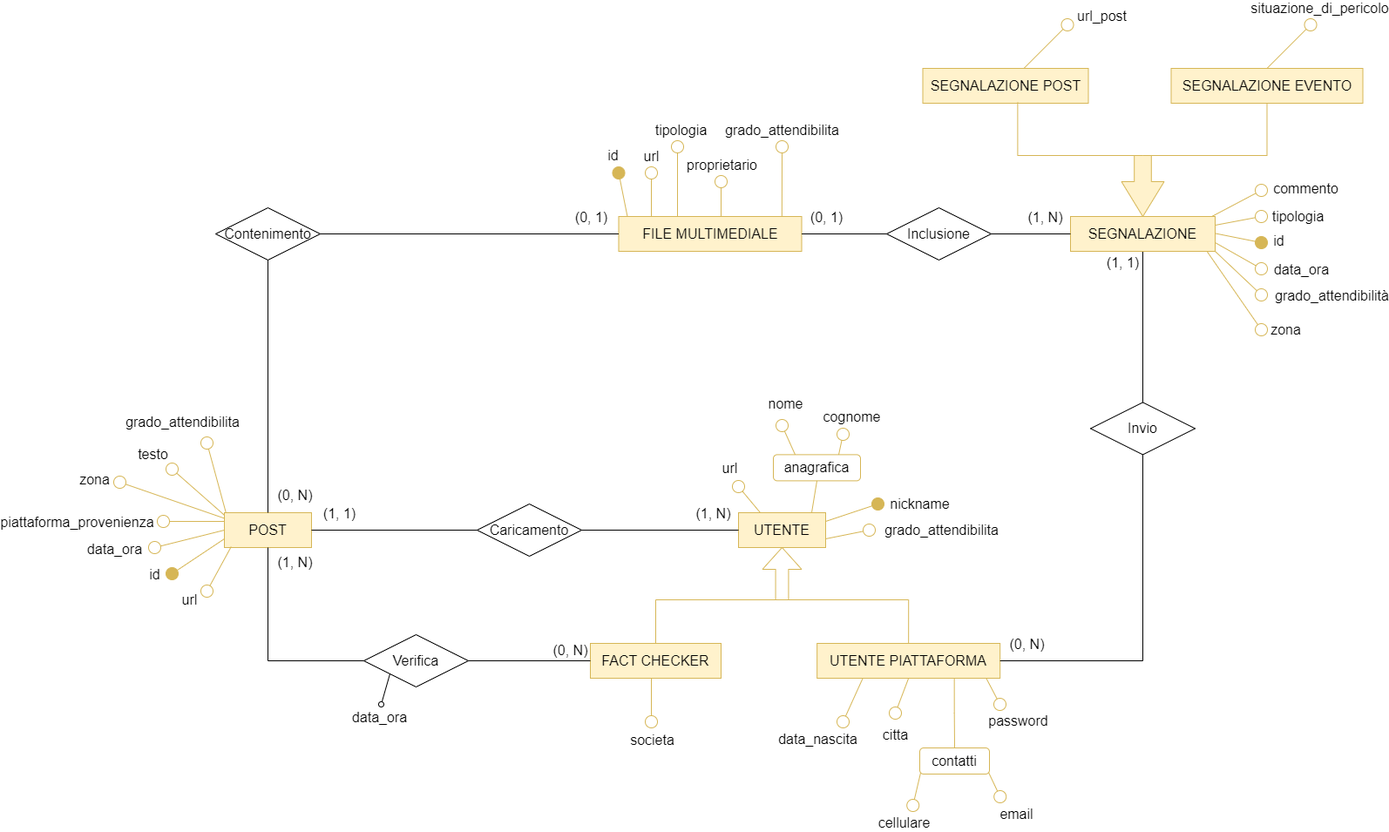
This is diagrammi e-r/Diag. Social network.png from faffolao/ProgettoBD2022, a draw.io export, as it was before one commit. Source tidied: cells renumbered, new cells last; positions are measured from the earlier drawing's top-left corner, leaving out a move shared by most shapes.
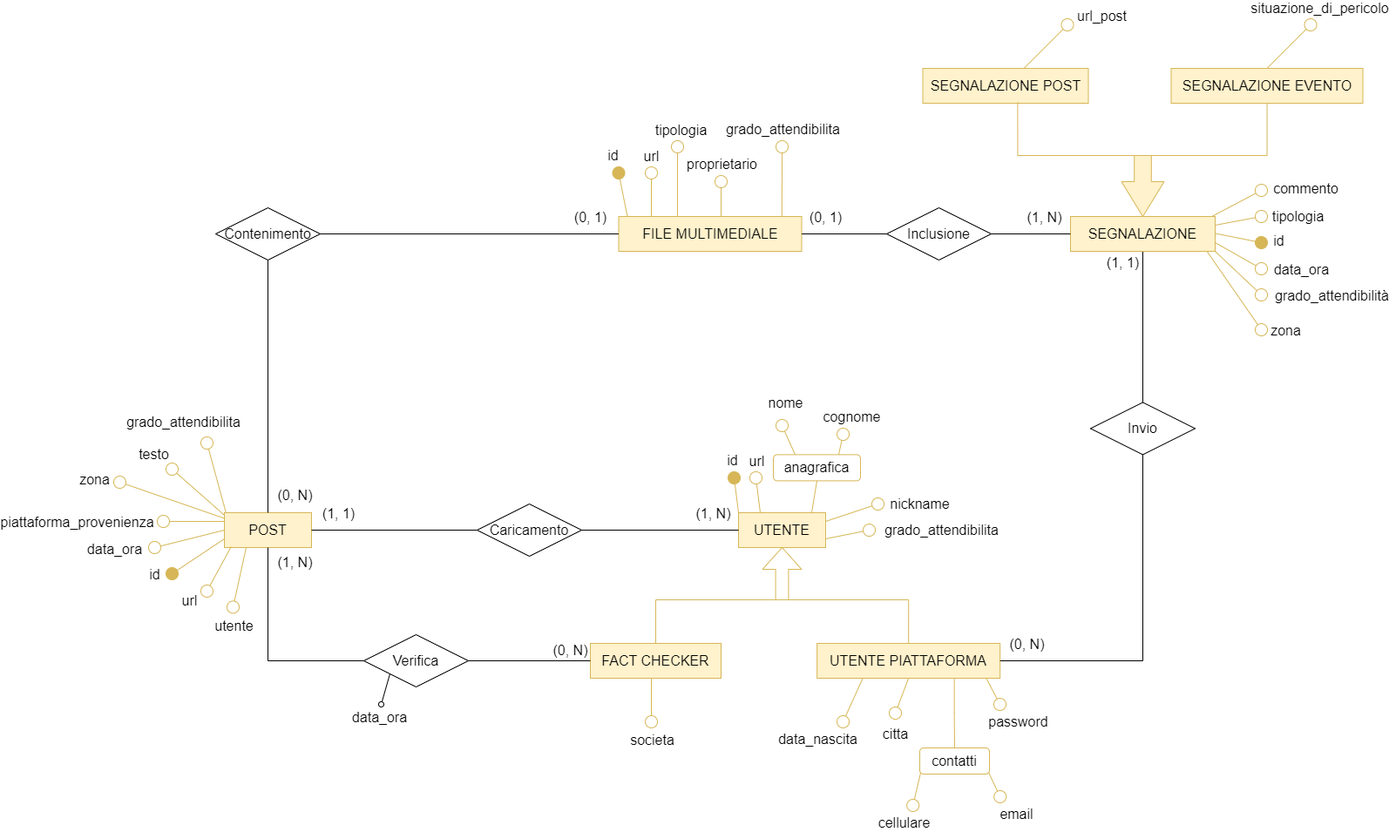
The same diagram one commit later.

Commit message:
aggiunta attributo id su utente e diagramma senza gerarchie

What changed in the source:
```diff
@@ -46,7 +46,7 @@
     <mxCell id="11" value="UTENTE" style="whiteSpace=wrap;html=1;align=center;fontSize=16;fillColor=#fff2cc;strokeColor=#d6b656;" parent="1" vertex="1">
       <mxGeometry x="710" y="560" width="100" height="40" as="geometry" />
     </mxCell>
-    <mxCell id="12" style="endArrow=oval;html=1;strokeColor=#d6b656;strokeWidth=1;fontSize=12;startSize=14;endSize=14;endFill=1;fillColor=#fff2cc;exitX=1;exitY=0.25;exitDx=0;exitDy=0;" parent="1" edge="1" source="11">
+    <mxCell id="12" style="endArrow=oval;html=1;strokeColor=#d6b656;strokeWidth=1;fontSize=12;startSize=14;endSize=14;endFill=0;fillColor=#fff2cc;exitX=1;exitY=0.25;exitDx=0;exitDy=0;" parent="1" edge="1" source="11">
       <mxGeometry relative="1" as="geometry">
         <mxPoint x="870" y="550" as="targetPoint" />
       </mxGeometry>
@@ -476,12 +476,12 @@
     </mxCell>
     <mxCell id="104" style="endArrow=oval;html=1;strokeColor=#d6b656;strokeWidth=1;fontSize=12;startSize=14;endSize=14;endFill=0;fillColor=#fff2cc;exitX=0.25;exitY=0;exitDx=0;exitDy=0;" parent="1" edge="1" source="11">
       <mxGeometry relative="1" as="geometry">
-        <mxPoint x="710" y="530" as="targetPoint" />
+        <mxPoint x="730" y="520" as="targetPoint" />
       </mxGeometry>
     </mxCell>
     <mxCell id="105" value="url" style="edgeLabel;html=1;align=center;verticalAlign=middle;fontSize=16;" parent="104" vertex="1">
       <mxGeometry x="0.47" y="1" relative="1" as="geometry">
-        <mxPoint x="-16" y="-30" as="offset" />
+        <mxPoint y="-30" as="offset" />
       </mxGeometry>
     </mxCell>
     <mxCell id="106" style="endArrow=oval;html=1;rounded=0;strokeColor=#d6b656;strokeWidth=1;fontSize=12;startSize=14;endSize=14;endFill=0;fillColor=#fff2cc;" parent="1" edge="1">
@@ -495,5 +495,26 @@
         <mxPoint y="-38" as="offset" />
       </mxGeometry>
     </mxCell>
+    <mxCell id="108" style="endArrow=none;html=1;rounded=0;strokeColor=#d6b656;strokeWidth=1;fontSize=12;startSize=14;endSize=14;exitX=1;exitY=0.5;exitDx=0;exitDy=0;fillColor=#fff2cc;startArrow=oval;startFill=0;entryX=0.25;entryY=1;entryDx=0;entryDy=0;" parent="1" edge="1" target="32">
+      <mxGeometry relative="1" as="geometry">
+        <mxPoint x="130" y="668.4" as="sourcePoint" />
+      </mxGeometry>
+    </mxCell>
+    <mxCell id="109" value="utente" style="edgeLabel;html=1;align=center;verticalAlign=middle;fontSize=16;" parent="108" vertex="1">
+      <mxGeometry x="-0.34" y="2" relative="1" as="geometry">
+        <mxPoint x="-3" y="44" as="offset" />
+      </mxGeometry>
+    </mxCell>
+    <mxCell id="110" style="endArrow=oval;html=1;strokeColor=#d6b656;strokeWidth=1;fontSize=12;startSize=14;endSize=14;endFill=1;fillColor=#fff2cc;exitX=0.25;exitY=0;exitDx=0;exitDy=0;" parent="1" edge="1">
+      <mxGeometry relative="1" as="geometry">
+        <mxPoint x="710" y="560" as="sourcePoint" />
+        <mxPoint x="705" y="520" as="targetPoint" />
+      </mxGeometry>
+    </mxCell>
+    <mxCell id="111" value="id" style="edgeLabel;html=1;align=center;verticalAlign=middle;fontSize=16;" parent="110" vertex="1">
+      <mxGeometry x="0.47" y="1" relative="1" as="geometry">
+        <mxPoint x="-3" y="-31" as="offset" />
+      </mxGeometry>
+    </mxCell>
   </root>
 </mxGraphModel>
```
